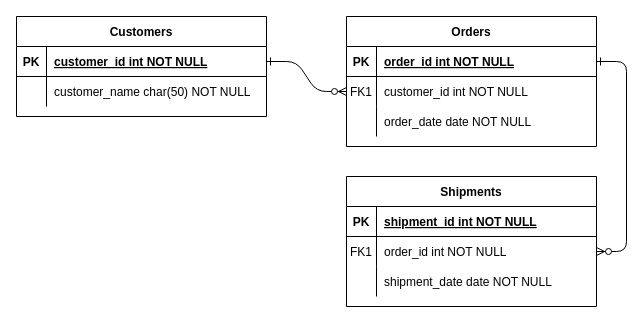
Before: Untitled Diagram1.drawio in jeonghyun051/kimjeonghyun, a draw.io diagram. Source tidied: cells renumbered, new cells numbered last; positions are measured from the earlier drawing's top-left corner, leaving out a move shared by most shapes. Both pictures are drawn from the tidied source at 100%, with x=0, y=0 at pixel (16, 16).
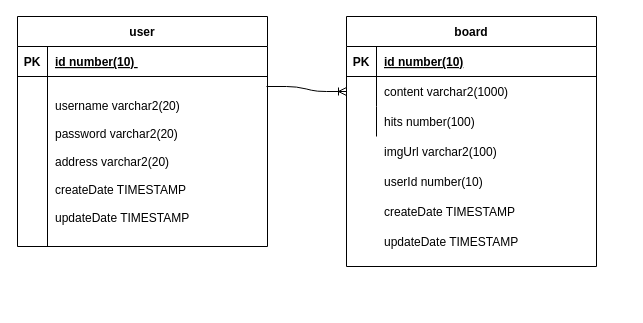
The same diagram, later.

The change refers to these unchanged cells:
```xml
<mxCell id="5" style="shape=partialRectangle;fillColor=none;points=[[0,0.5],[1,0.5]];portConstraint=eastwest;top=0;left=0;right=0;bottom=1;" parent="4" vertex="1">
  <mxGeometry y="30" width="250" height="30" as="geometry" />
</mxCell>
<mxCell id="8" style="shape=partialRectangle;fillColor=none;points=[[0,0.5],[1,0.5]];portConstraint=eastwest;top=0;left=0;right=0;bottom=0;" parent="4" vertex="1">
  <mxGeometry y="60" width="250" height="30" as="geometry" />
</mxCell>
<mxCell id="11" style="shape=partialRectangle;fillColor=none;top=0;left=0;right=0;bottom=0;" parent="4" vertex="1">
  <mxGeometry y="90" width="250" height="30" as="geometry" />
</mxCell>
<mxCell id="25" style="shape=partialRectangle;fillColor=none;points=[[0,0.5],[1,0.5]];portConstraint=eastwest;top=0;left=0;right=0;bottom=1;" parent="24" vertex="1">
  <mxGeometry y="30" width="250" height="30" as="geometry" />
</mxCell>
```

The edit, as a diff of the source:
```diff
@@
-    <mxCell id="2" style="edgeStyle=entityRelationEdgeStyle;endArrow=ERzeroToMany;startArrow=ERone;endFill=1;startFill=0;" parent="1" edge="1" source="25" target="8">
-      <mxGeometry relative="1" as="geometry" />
-    </mxCell>
-    <mxCell id="3" style="edgeStyle=entityRelationEdgeStyle;endArrow=ERzeroToMany;startArrow=ERone;endFill=1;startFill=0;" parent="1" edge="1" source="5" target="18">
-      <mxGeometry relative="1" as="geometry" />
-    </mxCell>
-    <mxCell id="4" value="Orders" style="shape=table;startSize=30;childLayout=tableLayout;rowLines=0;fontStyle=1;align=center;" parent="1" vertex="1">
-      <mxGeometry x="330" width="250" height="130" as="geometry" />
+    <mxCell id="4" value="board" style="shape=table;startSize=30;childLayout=tableLayout;rowLines=0;fontStyle=1;align=center;" parent="1" vertex="1">
+      <mxGeometry x="330" width="250" height="250" as="geometry" />
     </mxCell>
@@
-    <mxCell id="7" value="order_id int NOT NULL " style="shape=partialRectangle;overflow=hidden;fillColor=none;top=0;left=0;bottom=0;right=0;align=left;spacingLeft=6;fontStyle=5;" parent="5" vertex="1">
+    <mxCell id="7" value="id number(10)" style="shape=partialRectangle;overflow=hidden;fillColor=none;top=0;left=0;bottom=0;right=0;align=left;spacingLeft=6;fontStyle=5;" parent="5" vertex="1">
       <mxGeometry x="30" width="220" height="30" as="geometry" />
     </mxCell>
@@
-    <mxCell id="9" value="FK1" style="shape=partialRectangle;overflow=hidden;fillColor=none;top=0;left=0;bottom=0;right=0;" parent="8" vertex="1">
+    <mxCell id="9" style="shape=partialRectangle;overflow=hidden;fillColor=none;top=0;left=0;bottom=0;right=0;" parent="8" vertex="1">
       <mxGeometry width="30" height="30" as="geometry" />
     </mxCell>
-    <mxCell id="10" value="customer_id int NOT NULL" style="shape=partialRectangle;overflow=hidden;fillColor=none;top=0;left=0;bottom=0;right=0;align=left;spacingLeft=6;" parent="8" vertex="1">
+    <mxCell id="10" value="content varchar2(1000)" style="shape=partialRectangle;overflow=hidden;fillColor=none;top=0;left=0;bottom=0;right=0;align=left;spacingLeft=6;" parent="8" vertex="1">
       <mxGeometry x="30" width="220" height="30" as="geometry" />
     </mxCell>
@@
-    <mxCell id="13" value="order_date date NOT NULL" style="shape=partialRectangle;overflow=hidden;fillColor=none;top=0;left=0;bottom=0;right=0;align=left;spacingLeft=6;" parent="11" vertex="1">
+    <mxCell id="13" value="hits number(100)" style="shape=partialRectangle;overflow=hidden;fillColor=none;top=0;left=0;bottom=0;right=0;align=left;spacingLeft=6;" parent="11" vertex="1">
       <mxGeometry x="30" width="220" height="30" as="geometry" />
     </mxCell>
-    <mxCell id="14" value="Shipments" style="shape=table;startSize=30;childLayout=tableLayout;rowLines=0;fontStyle=1;align=center;" parent="1" vertex="1">
-      <mxGeometry x="330" y="160" width="250" height="130" as="geometry" />
-    </mxCell>
-    <mxCell id="15" style="shape=partialRectangle;fillColor=none;top=0;left=0;right=0;bottom=1;" parent="14" vertex="1">
-      <mxGeometry y="30" width="250" height="30" as="geometry" />
-    </mxCell>
-    <mxCell id="16" value="PK" style="shape=partialRectangle;overflow=hidden;fillColor=none;top=0;left=0;bottom=0;right=0;fontStyle=1;" parent="15" vertex="1">
-      <mxGeometry width="30" height="30" as="geometry" />
-    </mxCell>
-    <mxCell id="17" value="shipment_id int NOT NULL " style="shape=partialRectangle;overflow=hidden;fillColor=none;top=0;left=0;bottom=0;right=0;align=left;spacingLeft=6;fontStyle=5;" parent="15" vertex="1">
-      <mxGeometry x="30" width="220" height="30" as="geometry" />
-    </mxCell>
-    <mxCell id="18" style="shape=partialRectangle;fillColor=none;points=[[0,0.5],[1,0.5]];portConstraint=eastwest;top=0;left=0;right=0;bottom=0;" parent="14" vertex="1">
-      <mxGeometry y="60" width="250" height="30" as="geometry" />
-    </mxCell>
-    <mxCell id="19" value="FK1" style="shape=partialRectangle;overflow=hidden;fillColor=none;top=0;left=0;bottom=0;right=0;" parent="18" vertex="1">
-      <mxGeometry width="30" height="30" as="geometry" />
-    </mxCell>
-    <mxCell id="20" value="order_id int NOT NULL" style="shape=partialRectangle;overflow=hidden;fillColor=none;top=0;left=0;bottom=0;right=0;align=left;spacingLeft=6;" parent="18" vertex="1">
-      <mxGeometry x="30" width="220" height="30" as="geometry" />
-    </mxCell>
-    <mxCell id="21" style="shape=partialRectangle;fillColor=none;top=0;left=0;right=0;bottom=0;" parent="14" vertex="1">
-      <mxGeometry y="90" width="250" height="30" as="geometry" />
-    </mxCell>
-    <mxCell id="22" style="shape=partialRectangle;overflow=hidden;fillColor=none;top=0;left=0;bottom=0;right=0;" parent="21" vertex="1">
-      <mxGeometry width="30" height="30" as="geometry" />
-    </mxCell>
-    <mxCell id="23" value="shipment_date date NOT NULL" style="shape=partialRectangle;overflow=hidden;fillColor=none;top=0;left=0;bottom=0;right=0;align=left;spacingLeft=6;" parent="21" vertex="1">
-      <mxGeometry x="30" width="220" height="30" as="geometry" />
-    </mxCell>
-    <mxCell id="24" value="Customers" style="shape=table;startSize=30;childLayout=tableLayout;rowLines=0;fontStyle=1;align=center;" parent="1" vertex="1">
-      <mxGeometry width="250" height="100" as="geometry" />
+    <mxCell id="24" value="user" style="shape=table;startSize=30;childLayout=tableLayout;rowLines=0;fontStyle=1;align=center;" parent="1" vertex="1">
+      <mxGeometry x="1" width="250" height="230" as="geometry" />
     </mxCell>
@@
-    <mxCell id="27" value="customer_id int NOT NULL " style="shape=partialRectangle;overflow=hidden;fillColor=none;top=0;left=0;bottom=0;right=0;align=left;spacingLeft=6;fontStyle=5;" parent="25" vertex="1">
+    <mxCell id="27" value="id number(10) " style="shape=partialRectangle;overflow=hidden;fillColor=none;top=0;left=0;bottom=0;right=0;align=left;spacingLeft=6;fontStyle=5;" parent="25" vertex="1">
       <mxGeometry x="30" width="220" height="30" as="geometry" />
     </mxCell>
     <mxCell id="28" style="shape=partialRectangle;fillColor=none;top=0;left=0;right=0;bottom=0;" parent="24" vertex="1">
-      <mxGeometry y="60" width="250" height="30" as="geometry" />
+      <mxGeometry y="60" width="250" height="170" as="geometry" />
     </mxCell>
     <mxCell id="29" style="shape=partialRectangle;overflow=hidden;fillColor=none;top=0;left=0;bottom=0;right=0;" parent="28" vertex="1">
-      <mxGeometry width="30" height="30" as="geometry" />
+      <mxGeometry width="30" height="170" as="geometry" />
     </mxCell>
-    <mxCell id="30" value="customer_name char(50) NOT NULL" style="shape=partialRectangle;overflow=hidden;fillColor=none;top=0;left=0;bottom=0;right=0;align=left;spacingLeft=6;" parent="28" vertex="1">
-      <mxGeometry x="30" width="220" height="30" as="geometry" />
+    <mxCell id="30" value="username varchar2(20)&#10;&#10;password varchar2(20)&#10;&#10;address varchar2(20)&#10;&#10;createDate TIMESTAMP&#10;&#10;updateDate TIMESTAMP" style="shape=partialRectangle;overflow=hidden;fillColor=none;top=0;left=0;bottom=0;right=0;align=left;spacingLeft=6;" parent="28" vertex="1">
+      <mxGeometry x="30" width="220" height="170" as="geometry" />
     </mxCell>
+    <mxCell id="31" style="edgeStyle=entityRelationEdgeStyle;fontSize=12;html=1;endArrow=ERoneToMany;entryX=0;entryY=0.5;entryDx=0;entryDy=0;" parent="1" edge="1" target="8">
+      <mxGeometry relative="1" as="geometry">
+        <mxPoint x="250" y="70" as="sourcePoint" />
+      </mxGeometry>
+    </mxCell>
+    <mxCell id="32" style="shape=partialRectangle;fillColor=none;top=0;left=0;right=0;bottom=0;" parent="1" vertex="1">
+      <mxGeometry x="20" y="140" width="250" height="30" as="geometry" />
+    </mxCell>
+    <mxCell id="22" style="shape=partialRectangle;overflow=hidden;fillColor=none;top=0;left=0;bottom=0;right=0;" parent="32" vertex="1">
+      <mxGeometry width="30" height="30" as="geometry" />
+    </mxCell>
+    <mxCell id="33" value="imgUrl varchar2(100)" style="shape=partialRectangle;overflow=hidden;fillColor=none;top=0;left=0;bottom=0;right=0;align=left;spacingLeft=6;" parent="1" vertex="1">
+      <mxGeometry x="360" y="120" width="220" height="30" as="geometry" />
+    </mxCell>
+    <mxCell id="34" value="userId number(10)" style="shape=partialRectangle;overflow=hidden;fillColor=none;top=0;left=0;bottom=0;right=0;align=left;spacingLeft=6;" parent="1" vertex="1">
+      <mxGeometry x="360" y="150" width="220" height="30" as="geometry" />
+    </mxCell>
+    <mxCell id="35" value="createDate TIMESTAMP" style="shape=partialRectangle;overflow=hidden;fillColor=none;top=0;left=0;bottom=0;right=0;align=left;spacingLeft=6;" parent="1" vertex="1">
+      <mxGeometry x="360" y="180" width="220" height="30" as="geometry" />
+    </mxCell>
+    <mxCell id="36" value="updateDate TIMESTAMP" style="shape=partialRectangle;overflow=hidden;fillColor=none;top=0;left=0;bottom=0;right=0;align=left;spacingLeft=6;" parent="1" vertex="1">
+      <mxGeometry x="360" y="210" width="220" height="30" as="geometry" />
+    </mxCell>
```
